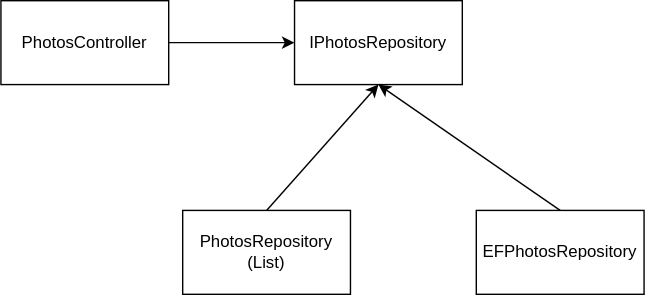
Before: ASPNET/Labs/drawing04.drawio.svg, a diagram exported from draw.io (scolapicchioni/BD2020). Source tidied: cells renumbered, new cells last; positions are measured from the earlier drawing's top-left corner, leaving out a move shared by most shapes. The source it was exported from:
```xml
<mxGraphModel>
  <root>
    <mxCell id="0" />
    <mxCell id="1" parent="0" />
    <mxCell id="2" value="PhotosController" style="rounded=0;whiteSpace=wrap;html=1;" parent="1" vertex="1">
      <mxGeometry width="120" height="60" as="geometry" />
    </mxCell>
    <mxCell id="3" value="PhotosRepository (List)" style="rounded=0;whiteSpace=wrap;html=1;" parent="1" vertex="1">
      <mxGeometry x="130" y="150" width="120" height="60" as="geometry" />
    </mxCell>
    <mxCell id="4" value="IPhotosRepository" style="rounded=0;whiteSpace=wrap;html=1;" parent="1" vertex="1">
      <mxGeometry x="210" width="120" height="60" as="geometry" />
    </mxCell>
    <mxCell id="5" style="endArrow=classic;html=1;exitX=1;exitY=0.5;exitDx=0;exitDy=0;" parent="1" edge="1" source="2" target="4">
      <mxGeometry relative="1" as="geometry" />
    </mxCell>
    <mxCell id="6" style="endArrow=classic;html=1;exitX=0.5;exitY=0;exitDx=0;exitDy=0;entryX=0.5;entryY=1;entryDx=0;entryDy=0;" parent="1" edge="1" source="3" target="4">
      <mxGeometry relative="1" as="geometry" />
    </mxCell>
    <mxCell id="7" value="EFPhotosRepository" style="rounded=0;whiteSpace=wrap;html=1;" parent="1" vertex="1">
      <mxGeometry x="340" y="150" width="120" height="60" as="geometry" />
    </mxCell>
    <mxCell id="8" style="endArrow=classic;html=1;exitX=0.5;exitY=0;exitDx=0;exitDy=0;entryX=0.5;entryY=1;entryDx=0;entryDy=0;" parent="1" edge="1" source="7" target="4">
      <mxGeometry relative="1" as="geometry" />
    </mxCell>
  </root>
</mxGraphModel>
```
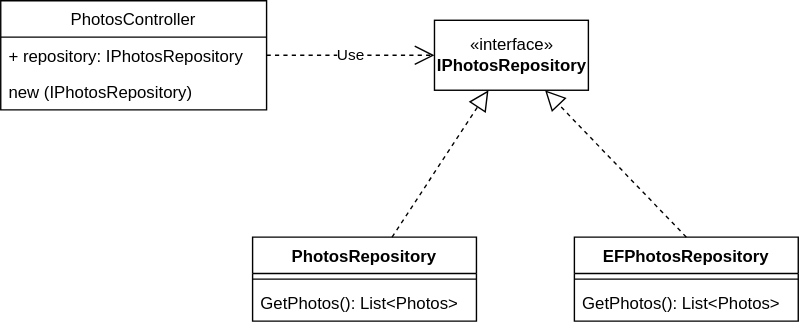
Above is the later version.

Commit message:
Inversion of Control

What changed in the source:
```diff
@@ -2,26 +2,44 @@
   <root>
     <mxCell id="0" />
     <mxCell id="1" parent="0" />
-    <mxCell id="2" value="PhotosController" style="rounded=0;whiteSpace=wrap;html=1;" parent="1" vertex="1">
-      <mxGeometry width="120" height="60" as="geometry" />
+    <mxCell id="2" value="PhotosController" style="swimlane;fontStyle=0;horizontal=1;startSize=26;fillColor=none;" parent="1" vertex="1">
+      <mxGeometry x="-90" y="-9" width="190" height="78" as="geometry" />
     </mxCell>
-    <mxCell id="3" value="PhotosRepository (List)" style="rounded=0;whiteSpace=wrap;html=1;" parent="1" vertex="1">
-      <mxGeometry x="130" y="150" width="120" height="60" as="geometry" />
-    </mxCell>
-    <mxCell id="4" value="IPhotosRepository" style="rounded=0;whiteSpace=wrap;html=1;" parent="1" vertex="1">
-      <mxGeometry x="210" width="120" height="60" as="geometry" />
-    </mxCell>
-    <mxCell id="5" style="endArrow=classic;html=1;exitX=1;exitY=0.5;exitDx=0;exitDy=0;" parent="1" edge="1" source="2" target="4">
-      <mxGeometry relative="1" as="geometry" />
-    </mxCell>
-    <mxCell id="6" style="endArrow=classic;html=1;exitX=0.5;exitY=0;exitDx=0;exitDy=0;entryX=0.5;entryY=1;entryDx=0;entryDy=0;" parent="1" edge="1" source="3" target="4">
-      <mxGeometry relative="1" as="geometry" />
-    </mxCell>
+    <mxCell id="9" value="+ repository: IPhotosRepository" style="text;strokeColor=none;fillColor=none;align=left;verticalAlign=top;spacingLeft=4;spacingRight=4;overflow=hidden;points=[[0,0.5],[1,0.5]];portConstraint=eastwest;" parent="2" vertex="1">
+      <mxGeometry y="26" width="190" height="26" as="geometry" />
+    </mxCell>
+    <mxCell id="10" value="new (IPhotosRepository)" style="text;strokeColor=none;fillColor=none;align=left;verticalAlign=top;spacingLeft=4;spacingRight=4;overflow=hidden;" parent="2" vertex="1">
+      <mxGeometry y="52" width="190" height="26" as="geometry" />
+    </mxCell>
+    <mxCell id="11" value="«interface»&lt;br&gt;&lt;b&gt;IPhotosRepository&lt;/b&gt;" style="html=1;" parent="1" vertex="1">
+      <mxGeometry x="220" y="5" width="110" height="50" as="geometry" />
+    </mxCell>
+    <mxCell id="12" value="Use" style="endArrow=open;endSize=12;dashed=1;html=1;exitX=1;exitY=0.5;exitDx=0;exitDy=0;entryX=0;entryY=0.5;entryDx=0;entryDy=0;" parent="1" edge="1" source="9" target="11">
+      <mxGeometry relative="1" as="geometry" />
+    </mxCell>
+    <mxCell id="13" value="PhotosRepository" style="swimlane;fontStyle=1;align=center;verticalAlign=top;horizontal=1;startSize=26;" parent="1" vertex="1">
+      <mxGeometry x="90" y="160" width="160" height="60" as="geometry" />
+    </mxCell>
+    <mxCell id="14" style="line;strokeWidth=1;fillColor=none;align=left;verticalAlign=middle;spacingTop=-1;spacingLeft=3;spacingRight=3;labelPosition=right;" parent="13" vertex="1">
+      <mxGeometry y="26" width="160" height="8" as="geometry" />
+    </mxCell>
+    <mxCell id="15" value="GetPhotos(): List&lt;Photos&gt;" style="text;strokeColor=none;fillColor=none;align=left;verticalAlign=top;spacingLeft=4;spacingRight=4;overflow=hidden;" parent="13" vertex="1">
+      <mxGeometry y="34" width="160" height="26" as="geometry" />
+    </mxCell>
-    <mxCell id="7" value="EFPhotosRepository" style="rounded=0;whiteSpace=wrap;html=1;" parent="1" vertex="1">
-      <mxGeometry x="340" y="150" width="120" height="60" as="geometry" />
+    <mxCell id="7" value="EFPhotosRepository" style="swimlane;fontStyle=1;align=center;verticalAlign=top;horizontal=1;startSize=26;" parent="1" vertex="1">
+      <mxGeometry x="320" y="160" width="160" height="60" as="geometry" />
     </mxCell>
-    <mxCell id="8" style="endArrow=classic;html=1;exitX=0.5;exitY=0;exitDx=0;exitDy=0;entryX=0.5;entryY=1;entryDx=0;entryDy=0;" parent="1" edge="1" source="7" target="4">
-      <mxGeometry relative="1" as="geometry" />
-    </mxCell>
+    <mxCell id="16" style="line;strokeWidth=1;fillColor=none;align=left;verticalAlign=middle;spacingTop=-1;spacingLeft=3;spacingRight=3;labelPosition=right;" parent="7" vertex="1">
+      <mxGeometry y="26" width="160" height="8" as="geometry" />
+    </mxCell>
+    <mxCell id="17" value="GetPhotos(): List&lt;Photos&gt;" style="text;strokeColor=none;fillColor=none;align=left;verticalAlign=top;spacingLeft=4;spacingRight=4;overflow=hidden;" parent="7" vertex="1">
+      <mxGeometry y="34" width="160" height="26" as="geometry" />
+    </mxCell>
+    <mxCell id="18" style="endArrow=block;dashed=1;endFill=0;endSize=12;html=1;" parent="1" edge="1" source="13" target="11">
+      <mxGeometry relative="1" as="geometry" />
+    </mxCell>
+    <mxCell id="19" style="endArrow=block;dashed=1;endFill=0;endSize=12;html=1;exitX=0.5;exitY=0;exitDx=0;exitDy=0;" parent="1" edge="1" source="7" target="11">
+      <mxGeometry relative="1" as="geometry" />
+    </mxCell>
   </root>
 </mxGraphModel>
```
